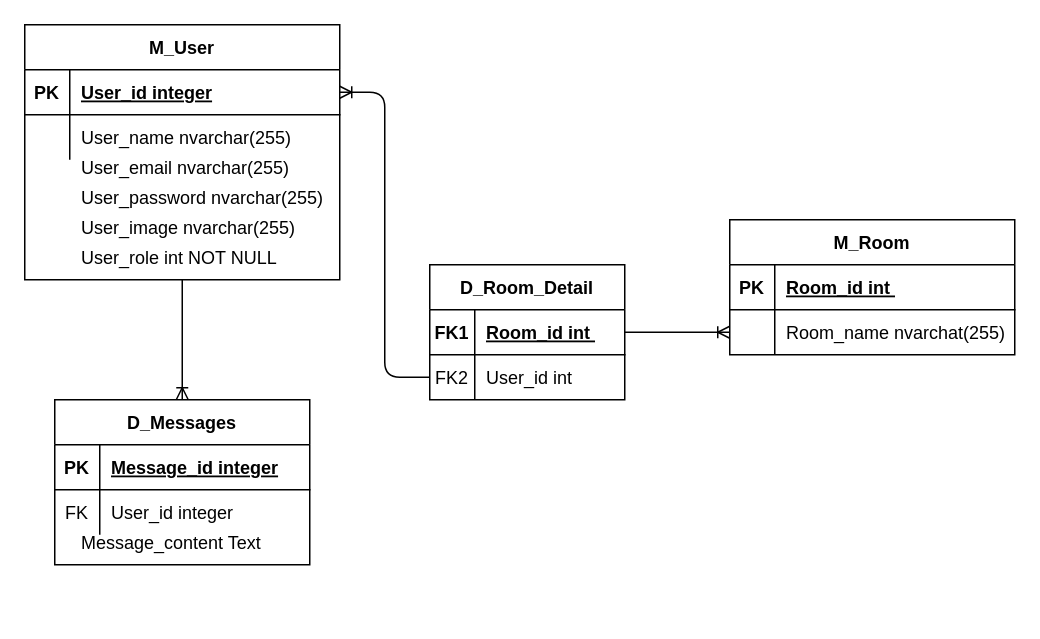
Before: Untitled Diagram.drawio in lqdoan0211/thnnBLU, a draw.io diagram. Source tidied: cells renumbered, new cells numbered last; positions are measured from the earlier drawing's top-left corner, leaving out a move shared by most shapes. Both pictures are drawn from the tidied source at 150%, with x=0, y=0 at pixel (24, 24).
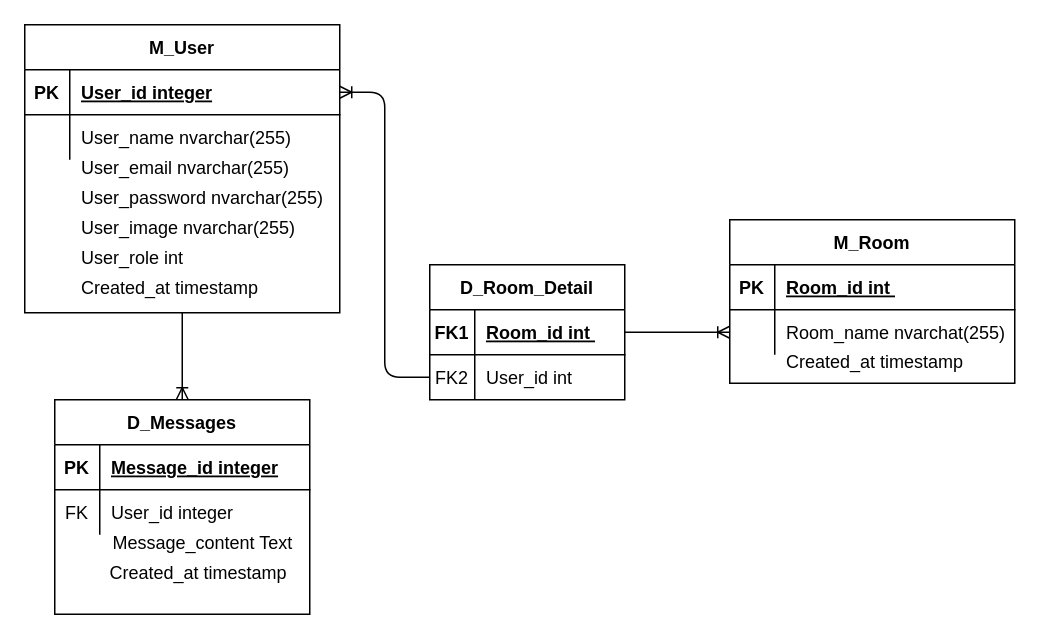
The same diagram, later.

Change to the diagram source:
```diff
@@
     <mxCell id="11" value="M_Room" style="shape=table;startSize=30;childLayout=tableLayout;rowLines=0;fontStyle=1;align=center;" parent="1" vertex="1">
-      <mxGeometry x="470" y="130" width="190" height="90" as="geometry" />
+      <mxGeometry x="470" y="130" width="190" height="109" as="geometry" />
     </mxCell>
@@
     <mxCell id="19" value="M_User" style="shape=table;startSize=30;childLayout=tableLayout;rowLines=0;fontStyle=1;align=center;" parent="1" vertex="1">
-      <mxGeometry width="210" height="170" as="geometry" />
+      <mxGeometry width="210" height="192" as="geometry" />
     </mxCell>
@@
-    <mxCell id="29" value="User_role int NOT NULL" style="shape=partialRectangle;overflow=hidden;fillColor=none;top=0;left=0;bottom=0;right=0;align=left;spacingLeft=6;" parent="1" vertex="1">
+    <mxCell id="29" value="User_role int " style="shape=partialRectangle;overflow=hidden;fillColor=none;top=0;left=0;bottom=0;right=0;align=left;spacingLeft=6;" parent="1" vertex="1">
       <mxGeometry x="30" y="140" width="220" height="30" as="geometry" />
     </mxCell>
     <mxCell id="30" value="D_Messages" style="shape=table;startSize=30;childLayout=tableLayout;rowLines=0;fontStyle=1;align=center;" parent="1" vertex="1">
-      <mxGeometry x="20" y="250" width="170" height="110" as="geometry" />
+      <mxGeometry x="20" y="250" width="170" height="143" as="geometry" />
     </mxCell>
@@
     <mxCell id="37" style="shape=partialRectangle;fillColor=none;top=0;left=0;right=0;bottom=0;" parent="1" vertex="1">
-      <mxGeometry y="330" width="210" height="30" as="geometry" />
+      <mxGeometry x="50" y="330" width="139" height="30" as="geometry" />
     </mxCell>
     <mxCell id="38" style="shape=partialRectangle;overflow=hidden;fillColor=none;top=0;left=0;bottom=0;right=0;" parent="37" vertex="1">
-      <mxGeometry width="30" height="30" as="geometry" />
+      <mxGeometry width="19.9" height="30" as="geometry" />
     </mxCell>
     <mxCell id="39" value="Message_content Text" style="shape=partialRectangle;overflow=hidden;fillColor=none;top=0;left=0;bottom=0;right=0;align=left;spacingLeft=6;" parent="37" vertex="1">
-      <mxGeometry x="30" width="180" height="30" as="geometry" />
+      <mxGeometry x="1" width="138" height="30" as="geometry" />
     </mxCell>
+    <mxCell id="40" value="Created_at timestamp                                     " style="shape=partialRectangle;overflow=hidden;fillColor=none;top=0;left=0;bottom=0;right=0;align=left;spacingLeft=6;" parent="1" vertex="1">
+      <mxGeometry x="49" y="350" width="140" height="30" as="geometry" />
+    </mxCell>
+    <mxCell id="41" value="Created_at timestamp                                     " style="shape=partialRectangle;overflow=hidden;fillColor=none;top=0;left=0;bottom=0;right=0;align=left;spacingLeft=6;" parent="1" vertex="1">
+      <mxGeometry x="30" y="160" width="140" height="30" as="geometry" />
+    </mxCell>
+    <mxCell id="42" value="Created_at timestamp                                     " style="shape=partialRectangle;overflow=hidden;fillColor=none;top=0;left=0;bottom=0;right=0;align=left;spacingLeft=6;" parent="1" vertex="1">
+      <mxGeometry x="500" y="209" width="140" height="30" as="geometry" />
+    </mxCell>
```
